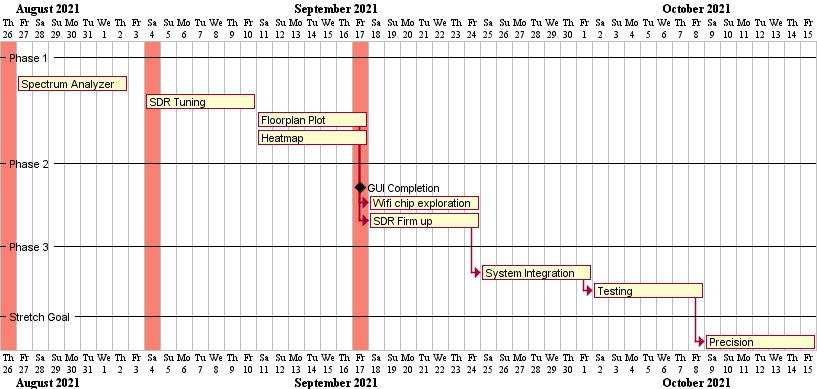
Earlier version of the PlantUML export docs/schedule.png (huats-club/citrus).
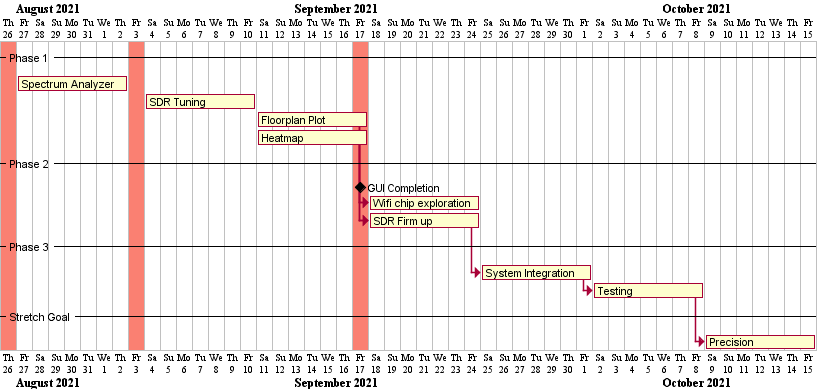
After the change.

Commit message:
fix project meeting date error

The edit, as a diff of the source:
```diff
@@ -43,7 +43,7 @@
 [Precision] lasts 7 days
 
 2021/08/26 is colored in salmon
-2021/09/04 is colored in salmon
+2021/09/03 is colored in salmon
 2021/09/17 is colored in salmon
 
 @endgantt
```
